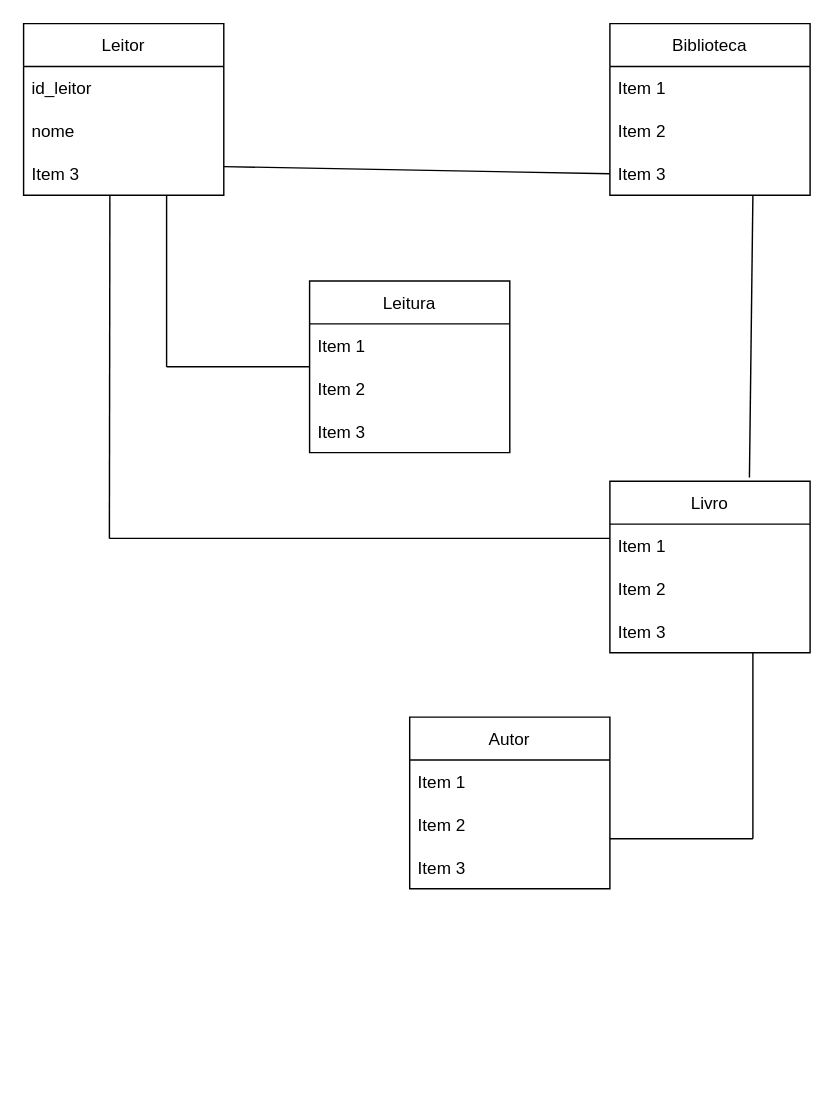
This is public/Untitled Diagram.drawio from AndriFrana/sis-bd2, a draw.io file, before an edit. Source tidied: cells renumbered, new cells numbered last; positions are measured from the earlier drawing's top-left corner, leaving out a move shared by most shapes. Both pictures are drawn from the tidied source at 143%, with x=0, y=0 at pixel (23, 23).
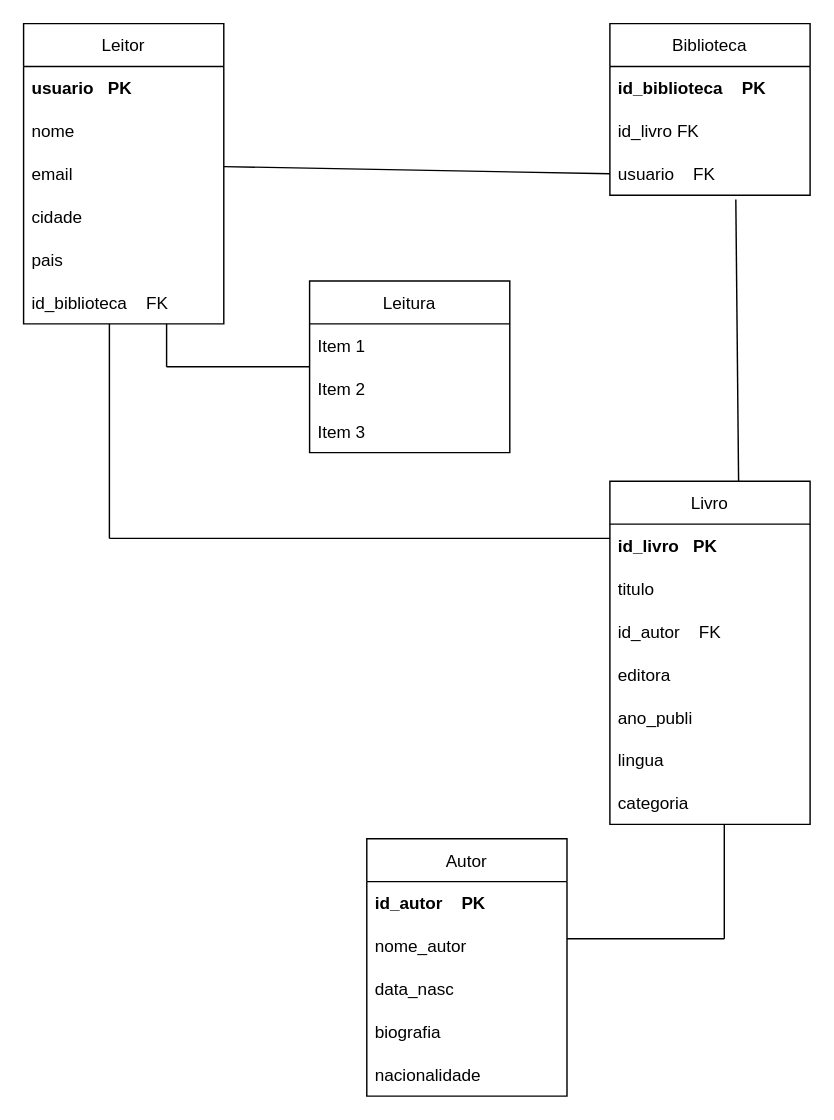
The same diagram, later.

Commit message:
Diagrama trabalho 1drawio

Unchanged cells that the change refers to:
```xml
<mxCell id="6" value="Biblioteca" style="swimlane;fontStyle=0;horizontal=1;startSize=30;" parent="1" vertex="1">
  <mxGeometry x="410" width="140" height="120" as="geometry" />
</mxCell>
```

Diff of the diagram source:
```diff
@@
     <mxCell id="2" value="Leitor" style="swimlane;fontStyle=0;horizontal=1;startSize=30;" parent="1" vertex="1">
-      <mxGeometry width="140" height="120" as="geometry" />
+      <mxGeometry width="140" height="210" as="geometry" />
     </mxCell>
-    <mxCell id="3" value="id_leitor" style="text;strokeColor=none;fillColor=none;align=left;verticalAlign=middle;spacingLeft=4;spacingRight=4;overflow=hidden;" parent="2" vertex="1">
+    <mxCell id="3" value="usuario   PK" style="text;strokeColor=none;fillColor=none;align=left;verticalAlign=middle;spacingLeft=4;spacingRight=4;overflow=hidden;fontStyle=1;" parent="2" vertex="1">
       <mxGeometry y="30" width="140" height="30" as="geometry" />
     </mxCell>
-    <mxCell id="4" value="nome" style="text;strokeColor=none;fillColor=none;align=left;verticalAlign=middle;spacingLeft=4;spacingRight=4;overflow=hidden;" parent="2" vertex="1">
-      <mxGeometry y="60" width="140" height="30" as="geometry" />
-    </mxCell>
-    <mxCell id="5" value="Item 3" style="text;strokeColor=none;fillColor=none;align=left;verticalAlign=middle;spacingLeft=4;spacingRight=4;overflow=hidden;points=[[0,0.5],[1,0.5]];portConstraint=eastwest;" parent="2" vertex="1">
-      <mxGeometry y="90" width="140" height="30" as="geometry" />
+    <mxCell id="5" value="nome" style="text;strokeColor=none;fillColor=none;align=left;verticalAlign=middle;spacingLeft=4;spacingRight=4;overflow=hidden;points=[[0,0.5],[1,0.5]];portConstraint=eastwest;" parent="2" vertex="1">
+      <mxGeometry y="60" width="140" height="30" as="geometry" />
     </mxCell>
+    <mxCell id="30" value="email" style="text;strokeColor=none;fillColor=none;align=left;verticalAlign=middle;spacingLeft=4;spacingRight=4;overflow=hidden;" parent="2" vertex="1">
+      <mxGeometry y="90" width="140" height="30" as="geometry" />
+    </mxCell>
+    <mxCell id="31" value="cidade" style="text;strokeColor=none;fillColor=none;align=left;verticalAlign=middle;spacingLeft=4;spacingRight=4;overflow=hidden;" parent="2" vertex="1">
+      <mxGeometry y="120" width="140" height="30" as="geometry" />
+    </mxCell>
+    <mxCell id="32" value="pais" style="text;strokeColor=none;fillColor=none;align=left;verticalAlign=middle;spacingLeft=4;spacingRight=4;overflow=hidden;" parent="2" vertex="1">
+      <mxGeometry y="150" width="140" height="30" as="geometry" />
+    </mxCell>
+    <mxCell id="33" value="id_biblioteca    FK" style="text;strokeColor=none;fillColor=none;align=left;verticalAlign=middle;spacingLeft=4;spacingRight=4;overflow=hidden;fontStyle=0;" parent="2" vertex="1">
+      <mxGeometry y="180" width="140" height="30" as="geometry" />
+    </mxCell>
@@
-    <mxCell id="7" value="Item 1" style="text;strokeColor=none;fillColor=none;align=left;verticalAlign=middle;spacingLeft=4;spacingRight=4;overflow=hidden;" parent="6" vertex="1">
+    <mxCell id="7" value="id_biblioteca    PK" style="text;strokeColor=none;fillColor=none;align=left;verticalAlign=middle;spacingLeft=4;spacingRight=4;overflow=hidden;fontStyle=1;" parent="6" vertex="1">
       <mxGeometry y="30" width="140" height="30" as="geometry" />
     </mxCell>
-    <mxCell id="8" value="Item 2" style="text;strokeColor=none;fillColor=none;align=left;verticalAlign=middle;spacingLeft=4;spacingRight=4;overflow=hidden;" parent="6" vertex="1">
+    <mxCell id="8" value="id_livro FK" style="text;strokeColor=none;fillColor=none;align=left;verticalAlign=middle;spacingLeft=4;spacingRight=4;overflow=hidden;" parent="6" vertex="1">
       <mxGeometry y="60" width="140" height="30" as="geometry" />
     </mxCell>
-    <mxCell id="9" value="Item 3" style="text;strokeColor=none;fillColor=none;align=left;verticalAlign=middle;spacingLeft=4;spacingRight=4;overflow=hidden;points=[[0,0.5],[1,0.5]];portConstraint=eastwest;" parent="6" vertex="1">
+    <mxCell id="9" value="usuario    FK" style="text;strokeColor=none;fillColor=none;align=left;verticalAlign=middle;spacingLeft=4;spacingRight=4;overflow=hidden;points=[[0,0.5],[1,0.5]];portConstraint=eastwest;fontStyle=0;" parent="6" vertex="1">
       <mxGeometry y="90" width="140" height="30" as="geometry" />
     </mxCell>
@@
     <mxCell id="15" value="Livro" style="swimlane;fontStyle=0;horizontal=1;startSize=30;" parent="1" vertex="1">
-      <mxGeometry x="410" y="320" width="140" height="120" as="geometry" />
+      <mxGeometry x="410" y="320" width="140" height="240" as="geometry" />
     </mxCell>
-    <mxCell id="16" value="Item 1" style="text;strokeColor=none;fillColor=none;align=left;verticalAlign=middle;spacingLeft=4;spacingRight=4;overflow=hidden;" parent="15" vertex="1">
+    <mxCell id="16" value="id_livro   PK" style="text;strokeColor=none;fillColor=none;align=left;verticalAlign=middle;spacingLeft=4;spacingRight=4;overflow=hidden;fontStyle=1;" parent="15" vertex="1">
       <mxGeometry y="30" width="140" height="30" as="geometry" />
     </mxCell>
-    <mxCell id="17" value="Item 2" style="text;strokeColor=none;fillColor=none;align=left;verticalAlign=middle;spacingLeft=4;spacingRight=4;overflow=hidden;" parent="15" vertex="1">
+    <mxCell id="17" value="titulo" style="text;strokeColor=none;fillColor=none;align=left;verticalAlign=middle;spacingLeft=4;spacingRight=4;overflow=hidden;" parent="15" vertex="1">
       <mxGeometry y="60" width="140" height="30" as="geometry" />
     </mxCell>
-    <mxCell id="18" value="Item 3" style="text;strokeColor=none;fillColor=none;align=left;verticalAlign=middle;spacingLeft=4;spacingRight=4;overflow=hidden;" parent="15" vertex="1">
+    <mxCell id="18" value="id_autor    FK" style="text;strokeColor=none;fillColor=none;align=left;verticalAlign=middle;spacingLeft=4;spacingRight=4;overflow=hidden;" parent="15" vertex="1">
       <mxGeometry y="90" width="140" height="30" as="geometry" />
     </mxCell>
+    <mxCell id="34" value="editora" style="text;strokeColor=none;fillColor=none;align=left;verticalAlign=middle;spacingLeft=4;spacingRight=4;overflow=hidden;" parent="15" vertex="1">
+      <mxGeometry y="120" width="140" height="30" as="geometry" />
+    </mxCell>
+    <mxCell id="35" value="ano_publi" style="text;strokeColor=none;fillColor=none;align=left;verticalAlign=middle;spacingLeft=4;spacingRight=4;overflow=hidden;" parent="15" vertex="1">
+      <mxGeometry y="150" width="140" height="30" as="geometry" />
+    </mxCell>
+    <mxCell id="36" value="lingua" style="text;strokeColor=none;fillColor=none;align=left;verticalAlign=middle;spacingLeft=4;spacingRight=4;overflow=hidden;" parent="15" vertex="1">
+      <mxGeometry y="180" width="140" height="30" as="geometry" />
+    </mxCell>
+    <mxCell id="37" value="categoria" style="text;strokeColor=none;fillColor=none;align=left;verticalAlign=middle;spacingLeft=4;spacingRight=4;overflow=hidden;" parent="15" vertex="1">
+      <mxGeometry y="210" width="140" height="30" as="geometry" />
+    </mxCell>
     <mxCell id="19" value="Autor" style="swimlane;fontStyle=0;horizontal=1;startSize=30;" parent="1" vertex="1">
-      <mxGeometry x="270" y="485" width="140" height="120" as="geometry" />
+      <mxGeometry x="240" y="570" width="140" height="180" as="geometry" />
     </mxCell>
-    <mxCell id="20" value="Item 1" style="text;strokeColor=none;fillColor=none;align=left;verticalAlign=middle;spacingLeft=4;spacingRight=4;overflow=hidden;" parent="19" vertex="1">
+    <mxCell id="20" value="id_autor    PK" style="text;strokeColor=none;fillColor=none;align=left;verticalAlign=middle;spacingLeft=4;spacingRight=4;overflow=hidden;fontStyle=1;" parent="19" vertex="1">
       <mxGeometry y="30" width="140" height="30" as="geometry" />
     </mxCell>
-    <mxCell id="21" value="Item 2" style="text;strokeColor=none;fillColor=none;align=left;verticalAlign=middle;spacingLeft=4;spacingRight=4;overflow=hidden;" parent="19" vertex="1">
+    <mxCell id="21" value="nome_autor" style="text;strokeColor=none;fillColor=none;align=left;verticalAlign=middle;spacingLeft=4;spacingRight=4;overflow=hidden;" parent="19" vertex="1">
       <mxGeometry y="60" width="140" height="30" as="geometry" />
     </mxCell>
-    <mxCell id="22" value="Item 3" style="text;strokeColor=none;fillColor=none;align=left;verticalAlign=middle;spacingLeft=4;spacingRight=4;overflow=hidden;" parent="19" vertex="1">
+    <mxCell id="22" value="data_nasc" style="text;strokeColor=none;fillColor=none;align=left;verticalAlign=middle;spacingLeft=4;spacingRight=4;overflow=hidden;" parent="19" vertex="1">
       <mxGeometry y="90" width="140" height="30" as="geometry" />
     </mxCell>
+    <mxCell id="38" value="biografia" style="text;strokeColor=none;fillColor=none;align=left;verticalAlign=middle;spacingLeft=4;spacingRight=4;overflow=hidden;" parent="19" vertex="1">
+      <mxGeometry y="120" width="140" height="30" as="geometry" />
+    </mxCell>
+    <mxCell id="39" value="nacionalidade" style="text;strokeColor=none;fillColor=none;align=left;verticalAlign=middle;spacingLeft=4;spacingRight=4;overflow=hidden;" parent="19" vertex="1">
+      <mxGeometry y="150" width="140" height="30" as="geometry" />
+    </mxCell>
-    <mxCell id="23" style="endArrow=none;html=1;rounded=0;exitX=0.697;exitY=-0.022;exitDx=0;exitDy=0;exitPerimeter=0;" parent="1" edge="1" source="15">
+    <mxCell id="23" style="endArrow=none;html=1;rounded=0;entryX=0.629;entryY=1.1;entryDx=0;entryDy=0;entryPerimeter=0;" parent="1" edge="1" target="9">
       <mxGeometry relative="1" as="geometry">
-        <mxPoint x="510" y="120" as="targetPoint" />
+        <mxPoint x="500" y="320" as="sourcePoint" />
       </mxGeometry>
     </mxCell>
     <mxCell id="24" style="endArrow=none;html=1;rounded=0;" parent="1" edge="1">
       <mxGeometry relative="1" as="geometry">
-        <mxPoint x="410" y="570" as="sourcePoint" />
-        <mxPoint x="510" y="570" as="targetPoint" />
+        <mxPoint x="380" y="640" as="sourcePoint" />
+        <mxPoint x="490" y="640" as="targetPoint" />
       </mxGeometry>
     </mxCell>
     <mxCell id="25" style="endArrow=none;html=1;rounded=0;" parent="1" edge="1">
       <mxGeometry relative="1" as="geometry">
-        <mxPoint x="510" y="570" as="sourcePoint" />
-        <mxPoint x="510" y="440" as="targetPoint" />
+        <mxPoint x="490" y="640" as="sourcePoint" />
+        <mxPoint x="490" y="560" as="targetPoint" />
         <Array as="points">
-          <mxPoint x="510" y="500" />
-          <mxPoint x="510" y="470" />
+          <mxPoint x="490" y="620" />
+          <mxPoint x="490" y="590" />
         </Array>
       </mxGeometry>
     </mxCell>
@@
-    <mxCell id="27" style="endArrow=none;html=1;rounded=0;entryX=0.431;entryY=1.02;entryDx=0;entryDy=0;entryPerimeter=0;" parent="1" edge="1" target="5">
+    <mxCell id="27" style="endArrow=none;html=1;rounded=0;" parent="1" edge="1">
       <mxGeometry relative="1" as="geometry">
         <mxPoint x="60" y="360" as="sourcePoint" />
+        <mxPoint x="60" y="210" as="targetPoint" />
       </mxGeometry>
     </mxCell>
     <mxCell id="28" style="endArrow=none;html=1;rounded=0;" parent="1" edge="1">
       <mxGeometry relative="1" as="geometry">
         <mxPoint x="100" y="240" as="sourcePoint" />
-        <mxPoint x="100" y="120" as="targetPoint" />
+        <mxPoint x="100" y="210" as="targetPoint" />
       </mxGeometry>
     </mxCell>
```
